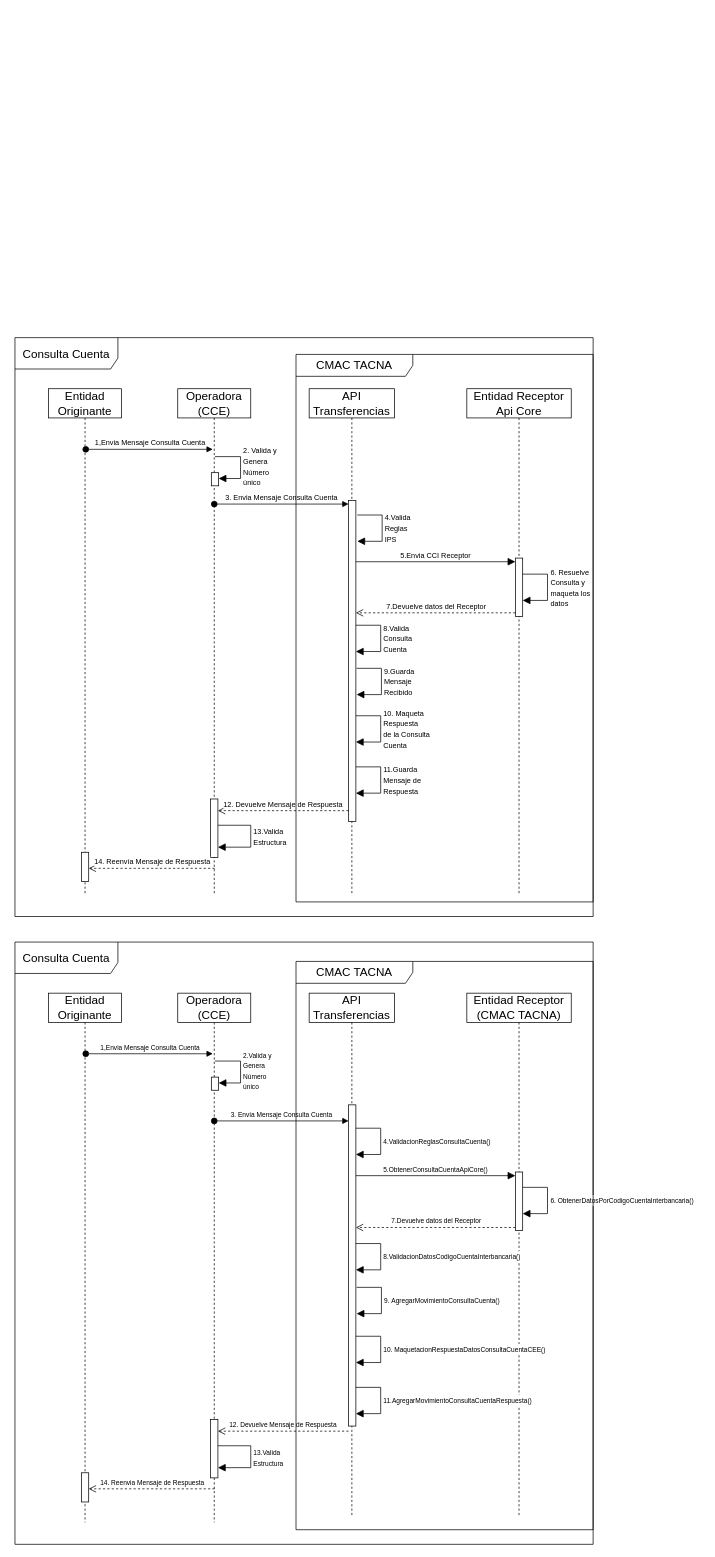
Richard-MJ/CMACT keeps this draw.io diagram as page "D. Secuencia Input" (4 of 7) of Diagramas.drawio. Above is the earlier version. Source tidied: cells renumbered, new cells numbered last; positions are measured from the earlier drawing's top-left corner, leaving out a move shared by most shapes. Both pictures are drawn from the tidied source at 73%, with x=0, y=0 at pixel (15, 337).
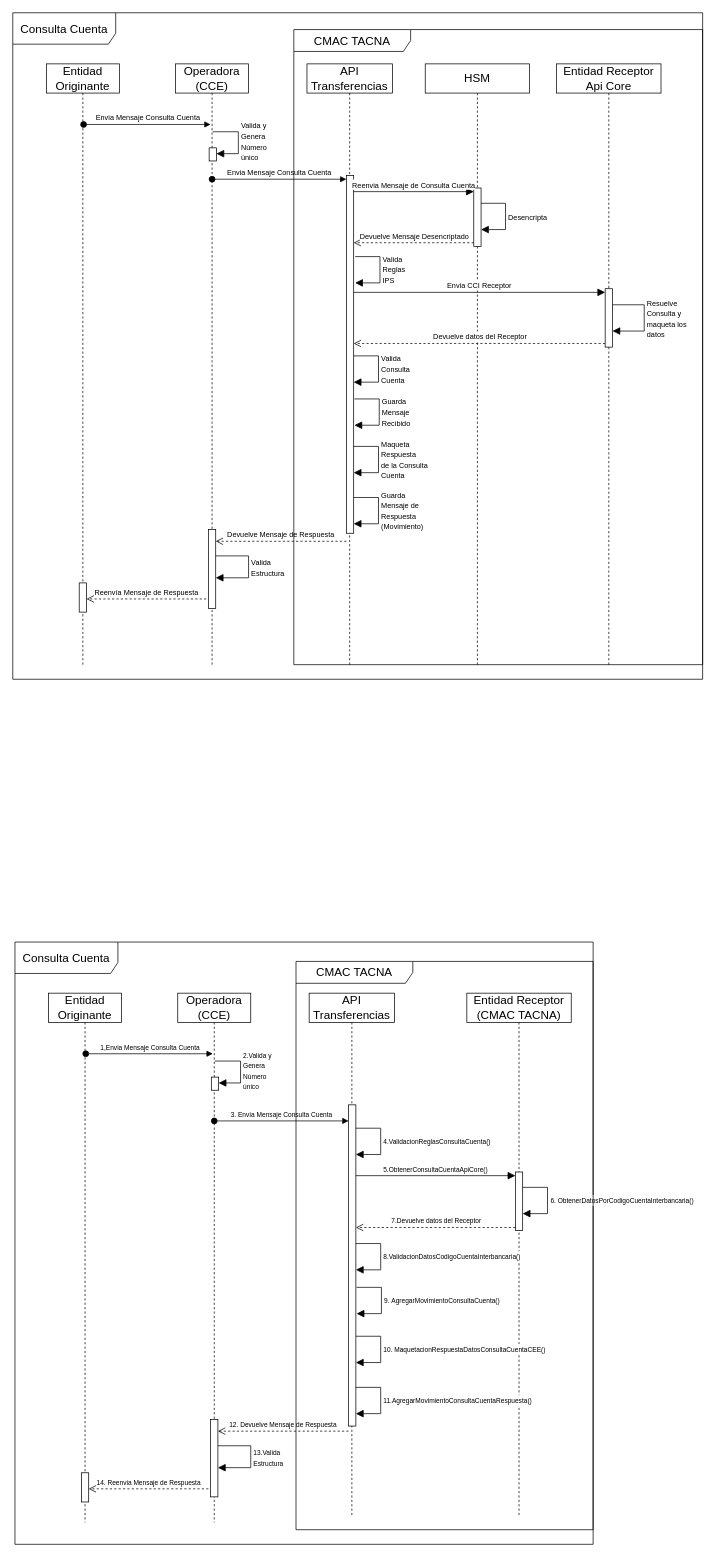
The same diagram, later.

Unchanged cells that the change refers to:
```xml
<mxCell id="24" value="Operadora (CCE)" style="shape=umlLifeline;perimeter=lifelinePerimeter;whiteSpace=wrap;html=1;newEdgeStyle={&quot;edgeStyle&quot;:&quot;elbowEdgeStyle&quot;,&quot;elbow&quot;:&quot;vertical&quot;,&quot;curved&quot;:0,&quot;rounded&quot;:0};fontSize=16;rounded=0;" parent="1" vertex="1">
  <mxGeometry x="223" y="898" width="100" height="725" as="geometry" />
</mxCell>
```

The edit, as a diff of the source:
```diff
@@
     <mxCell id="2" value="Operadora (CCE)" style="shape=umlLifeline;perimeter=lifelinePerimeter;whiteSpace=wrap;html=1;newEdgeStyle={&quot;edgeStyle&quot;:&quot;elbowEdgeStyle&quot;,&quot;elbow&quot;:&quot;vertical&quot;,&quot;curved&quot;:0,&quot;rounded&quot;:0};fontSize=16;rounded=0;" parent="1" vertex="1">
-      <mxGeometry x="223" y="70" width="100" height="693" as="geometry" />
+      <mxGeometry x="220" y="-375" width="100" height="823" as="geometry" />
     </mxCell>
     <mxCell id="3" style="html=1;points=[[0,0,0,0,5],[0,1,0,0,-5],[1,0,0,0,5],[1,1,0,0,-5]];perimeter=orthogonalPerimeter;outlineConnect=0;targetShapes=umlLifeline;portConstraint=eastwest;newEdgeStyle={&quot;curved&quot;:0,&quot;rounded&quot;:0};fontSize=16;" parent="2" vertex="1">
-      <mxGeometry x="45" y="562" width="10" height="80" as="geometry" />
+      <mxGeometry x="45" y="638" width="10" height="108" as="geometry" />
     </mxCell>
-    <mxCell id="4" value="&lt;font style=&quot;font-size: 10px;&quot;&gt;13.Valida&lt;br&gt;Estructura&lt;/font&gt;" style="html=1;align=left;spacingLeft=2;endArrow=block;rounded=0;edgeStyle=orthogonalEdgeStyle;curved=0;rounded=0;fontSize=12;startSize=8;endSize=8;" parent="2" edge="1" source="3" target="3">
+    <mxCell id="4" value="&lt;font style=&quot;font-size: 10px;&quot;&gt;Valida&lt;br&gt;Estructura&lt;/font&gt;" style="html=1;align=left;spacingLeft=2;endArrow=block;rounded=0;edgeStyle=orthogonalEdgeStyle;curved=0;rounded=0;fontSize=12;startSize=8;endSize=8;" parent="2" edge="1" source="3" target="3">
       <mxGeometry x="0.01" relative="1" as="geometry">
         <Array as="points">
-          <mxPoint x="100" y="598" />
-          <mxPoint x="100" y="628" />
+          <mxPoint x="100" y="674" />
+          <mxPoint x="100" y="704" />
         </Array>
       </mxGeometry>
     </mxCell>
     <mxCell id="5" value="API Transferencias" style="shape=umlLifeline;perimeter=lifelinePerimeter;whiteSpace=wrap;html=1;newEdgeStyle={&quot;edgeStyle&quot;:&quot;elbowEdgeStyle&quot;,&quot;elbow&quot;:&quot;vertical&quot;,&quot;curved&quot;:0,&quot;rounded&quot;:0};fontSize=16;rounded=0;" parent="1" vertex="1">
-      <mxGeometry x="403" y="70" width="117" height="693" as="geometry" />
+      <mxGeometry x="400" y="-375" width="117" height="823" as="geometry" />
     </mxCell>
     <mxCell id="6" value="Entidad Originante" style="shape=umlLifeline;perimeter=lifelinePerimeter;whiteSpace=wrap;html=1;newEdgeStyle={&quot;edgeStyle&quot;:&quot;elbowEdgeStyle&quot;,&quot;elbow&quot;:&quot;vertical&quot;,&quot;curved&quot;:0,&quot;rounded&quot;:0};fontSize=16;rounded=0;" parent="1" vertex="1">
-      <mxGeometry x="46" y="70" width="100" height="693" as="geometry" />
+      <mxGeometry x="43" y="-375" width="100" height="823" as="geometry" />
     </mxCell>
-    <mxCell id="7" value="Entidad Receptor&lt;br&gt;Api Core" style="shape=umlLifeline;perimeter=lifelinePerimeter;whiteSpace=wrap;html=1;newEdgeStyle={&quot;edgeStyle&quot;:&quot;elbowEdgeStyle&quot;,&quot;elbow&quot;:&quot;vertical&quot;,&quot;curved&quot;:0,&quot;rounded&quot;:0};fontSize=16;rounded=0;" parent="1" vertex="1">
-      <mxGeometry x="619" y="70" width="143" height="693" as="geometry" />
+    <mxCell id="7" value="HSM" style="shape=umlLifeline;perimeter=lifelinePerimeter;whiteSpace=wrap;html=1;newEdgeStyle={&quot;edgeStyle&quot;:&quot;elbowEdgeStyle&quot;,&quot;elbow&quot;:&quot;vertical&quot;,&quot;curved&quot;:0,&quot;rounded&quot;:0};fontSize=16;rounded=0;" parent="1" vertex="1">
+      <mxGeometry x="562" y="-375" width="143" height="823" as="geometry" />
     </mxCell>
     <mxCell id="8" value="Consulta Cuenta" style="shape=umlFrame;whiteSpace=wrap;html=1;fontSize=16;width=141;height=43;" parent="1" vertex="1">
-      <mxGeometry width="792" height="793" as="geometry" />
+      <mxGeometry x="-3" y="-445" width="945" height="913" as="geometry" />
     </mxCell>
-    <mxCell id="9" value="&lt;font style=&quot;font-size: 10px;&quot;&gt;1,Envia Mensaje Consulta Cuenta&lt;/font&gt;" style="html=1;verticalAlign=bottom;startArrow=oval;startFill=1;endArrow=block;startSize=8;curved=0;rounded=0;fontSize=12;" parent="1" edge="1">
+    <mxCell id="9" value="&lt;font style=&quot;font-size: 10px;&quot;&gt;Envia Mensaje Consulta Cuenta&lt;/font&gt;" style="html=1;verticalAlign=bottom;startArrow=oval;startFill=1;endArrow=block;startSize=8;curved=0;rounded=0;fontSize=12;" parent="1" edge="1">
       <mxGeometry x="0.01" relative="1" as="geometry">
-        <mxPoint x="97" y="153" as="sourcePoint" />
-        <mxPoint x="271" y="153" as="targetPoint" />
+        <mxPoint x="94" y="-292" as="sourcePoint" />
+        <mxPoint x="268" y="-292" as="targetPoint" />
       </mxGeometry>
     </mxCell>
     <mxCell id="10" style="html=1;points=[[0,0,0,0,5],[0,1,0,0,-5],[1,0,0,0,5],[1,1,0,0,-5]];perimeter=orthogonalPerimeter;outlineConnect=0;targetShapes=umlLifeline;portConstraint=eastwest;newEdgeStyle={&quot;curved&quot;:0,&quot;rounded&quot;:0};fontSize=16;" parent="1" vertex="1">
-      <mxGeometry x="269" y="185" width="10" height="18" as="geometry" />
+      <mxGeometry x="266" y="-260" width="10" height="18" as="geometry" />
     </mxCell>
-    <mxCell id="11" value="&lt;font style=&quot;font-size: 10px;&quot;&gt;2. Valida y&amp;nbsp;&lt;br&gt;Genera &lt;br&gt;Número &lt;br&gt;único&lt;/font&gt;" style="html=1;align=left;spacingLeft=2;endArrow=block;rounded=0;edgeStyle=orthogonalEdgeStyle;curved=0;rounded=0;fontSize=12;startSize=8;endSize=8;" parent="1" edge="1" target="10">
+    <mxCell id="11" value="&lt;font style=&quot;font-size: 10px;&quot;&gt;Valida y&amp;nbsp;&lt;br&gt;Genera &lt;br&gt;Número &lt;br&gt;único&lt;/font&gt;" style="html=1;align=left;spacingLeft=2;endArrow=block;rounded=0;edgeStyle=orthogonalEdgeStyle;curved=0;rounded=0;fontSize=12;startSize=8;endSize=8;" parent="1" edge="1" target="10">
       <mxGeometry x="0.01" relative="1" as="geometry">
-        <mxPoint x="274" y="163" as="sourcePoint" />
+        <mxPoint x="271" y="-282" as="sourcePoint" />
         <Array as="points">
-          <mxPoint x="309" y="193" />
+          <mxPoint x="306" y="-252" />
         </Array>
       </mxGeometry>
     </mxCell>
     <mxCell id="12" style="html=1;points=[[0,0,0,0,5],[0,1,0,0,-5],[1,0,0,0,5],[1,1,0,0,-5]];perimeter=orthogonalPerimeter;outlineConnect=0;targetShapes=umlLifeline;portConstraint=eastwest;newEdgeStyle={&quot;curved&quot;:0,&quot;rounded&quot;:0};fontSize=16;" parent="1" vertex="1">
-      <mxGeometry x="457" y="223" width="10" height="440" as="geometry" />
+      <mxGeometry x="454" y="-222" width="10" height="490" as="geometry" />
     </mxCell>
-    <mxCell id="13" value="&lt;font style=&quot;font-size: 10px;&quot;&gt;3. Envia Mensaje Consulta Cuenta&lt;/font&gt;" style="html=1;verticalAlign=bottom;startArrow=oval;endArrow=block;startSize=8;curved=0;rounded=0;entryX=0;entryY=0;entryDx=0;entryDy=5;fontSize=12;" parent="1" edge="1" target="12">
+    <mxCell id="13" value="&lt;font style=&quot;font-size: 10px;&quot;&gt;Envia Mensaje Consulta Cuenta&lt;/font&gt;" style="html=1;verticalAlign=bottom;startArrow=oval;endArrow=block;startSize=8;curved=0;rounded=0;entryX=0;entryY=0;entryDx=0;entryDy=5;fontSize=12;" parent="1" edge="1" target="12">
       <mxGeometry relative="1" as="geometry">
-        <mxPoint x="273" y="228" as="sourcePoint" />
+        <mxPoint x="270" y="-217" as="sourcePoint" />
       </mxGeometry>
     </mxCell>
-    <mxCell id="14" value="&lt;font style=&quot;font-size: 10px;&quot;&gt;8.Valida &lt;br&gt;Consulta&lt;br&gt;Cuenta&lt;/font&gt;" style="html=1;align=left;spacingLeft=2;endArrow=block;rounded=0;edgeStyle=orthogonalEdgeStyle;curved=0;rounded=0;fontSize=12;startSize=8;endSize=8;exitX=0.7;exitY=0.5;exitDx=0;exitDy=0;exitPerimeter=0;" parent="1" edge="1">
+    <mxCell id="14" value="&lt;font style=&quot;font-size: 10px;&quot;&gt;Valida &lt;br&gt;Consulta&lt;br&gt;Cuenta&lt;/font&gt;" style="html=1;align=left;spacingLeft=2;endArrow=block;rounded=0;edgeStyle=orthogonalEdgeStyle;curved=0;rounded=0;fontSize=12;startSize=8;endSize=8;exitX=0.7;exitY=0.5;exitDx=0;exitDy=0;exitPerimeter=0;" parent="1" edge="1">
       <mxGeometry relative="1" as="geometry">
-        <mxPoint x="467" y="394" as="sourcePoint" />
-        <mxPoint x="467" y="430" as="targetPoint" />
+        <mxPoint x="464" y="25" as="sourcePoint" />
+        <mxPoint x="464" y="61" as="targetPoint" />
         <Array as="points">
-          <mxPoint x="501" y="394" />
-          <mxPoint x="501" y="430" />
+          <mxPoint x="498" y="25" />
+          <mxPoint x="498" y="61" />
         </Array>
       </mxGeometry>
     </mxCell>
-    <mxCell id="15" style="html=1;points=[[0,0,0,0,5],[0,1,0,0,-5],[1,0,0,0,5],[1,1,0,0,-5]];perimeter=orthogonalPerimeter;outlineConnect=0;targetShapes=umlLifeline;portConstraint=eastwest;newEdgeStyle={&quot;curved&quot;:0,&quot;rounded&quot;:0};fontSize=16;" parent="1" vertex="1">
-      <mxGeometry x="685.5" y="302" width="10" height="80" as="geometry" />
-    </mxCell>
-    <mxCell id="16" value="&lt;font style=&quot;font-size: 10px;&quot;&gt;5.Envia CCI Receptor&lt;/font&gt;" style="html=1;verticalAlign=bottom;endArrow=block;curved=0;rounded=0;entryX=0;entryY=0;entryDx=0;entryDy=5;fontSize=12;startSize=8;endSize=8;" parent="1" edge="1" target="15">
+    <mxCell id="16" value="&lt;font style=&quot;font-size: 10px;&quot;&gt;Envia CCI Receptor&lt;/font&gt;" style="html=1;verticalAlign=bottom;endArrow=block;curved=0;rounded=0;entryX=0;entryY=0;entryDx=0;entryDy=5;fontSize=12;startSize=8;endSize=8;" parent="1" edge="1" target="15">
       <mxGeometry relative="1" as="geometry">
-        <mxPoint x="467" y="307" as="sourcePoint" />
+        <mxPoint x="464" y="-62" as="sourcePoint" />
       </mxGeometry>
     </mxCell>
-    <mxCell id="17" value="&lt;font style=&quot;font-size: 10px;&quot;&gt;7.Devuelve datos del Receptor&lt;/font&gt;" style="html=1;verticalAlign=bottom;endArrow=open;dashed=1;endSize=8;curved=0;rounded=0;exitX=0;exitY=1;exitDx=0;exitDy=-5;fontSize=12;" parent="1" edge="1" source="15">
+    <mxCell id="17" value="&lt;font style=&quot;font-size: 10px;&quot;&gt;Devuelve datos del Receptor&lt;/font&gt;" style="html=1;verticalAlign=bottom;endArrow=open;dashed=1;endSize=8;curved=0;rounded=0;exitX=0;exitY=1;exitDx=0;exitDy=-5;fontSize=12;" parent="1" edge="1" source="15">
       <mxGeometry relative="1" as="geometry">
-        <mxPoint x="467" y="377" as="targetPoint" />
+        <mxPoint x="464" y="8" as="targetPoint" />
       </mxGeometry>
     </mxCell>
-    <mxCell id="18" value="&lt;font style=&quot;font-size: 10px;&quot;&gt;10. Maqueta&amp;nbsp;&lt;br&gt;Respuesta&lt;br&gt;de la Consulta&lt;br&gt;Cuenta&lt;br&gt;&lt;/font&gt;" style="html=1;align=left;spacingLeft=2;endArrow=block;rounded=0;edgeStyle=orthogonalEdgeStyle;curved=0;rounded=0;fontSize=12;startSize=8;endSize=8;exitX=0.7;exitY=0.5;exitDx=0;exitDy=0;exitPerimeter=0;" parent="1" edge="1">
+    <mxCell id="18" value="&lt;font style=&quot;font-size: 10px;&quot;&gt;Maqueta&amp;nbsp;&lt;br&gt;Respuesta&lt;br&gt;de la Consulta&lt;br&gt;Cuenta&lt;br&gt;&lt;/font&gt;" style="html=1;align=left;spacingLeft=2;endArrow=block;rounded=0;edgeStyle=orthogonalEdgeStyle;curved=0;rounded=0;fontSize=12;startSize=8;endSize=8;exitX=0.7;exitY=0.5;exitDx=0;exitDy=0;exitPerimeter=0;" parent="1" edge="1">
       <mxGeometry relative="1" as="geometry">
-        <mxPoint x="467" y="518" as="sourcePoint" />
-        <mxPoint x="467" y="554" as="targetPoint" />
+        <mxPoint x="464" y="149" as="sourcePoint" />
+        <mxPoint x="464" y="185" as="targetPoint" />
         <Array as="points">
-          <mxPoint x="501" y="518" />
-          <mxPoint x="501" y="554" />
+          <mxPoint x="498" y="149" />
+          <mxPoint x="498" y="185" />
         </Array>
       </mxGeometry>
     </mxCell>
-    <mxCell id="19" value="&lt;font style=&quot;font-size: 10px;&quot;&gt;11.Guarda&lt;br&gt;Mensaje de&lt;br&gt;Respuesta&lt;br&gt;&lt;/font&gt;" style="html=1;align=left;spacingLeft=2;endArrow=block;rounded=0;edgeStyle=orthogonalEdgeStyle;curved=0;rounded=0;fontSize=12;startSize=8;endSize=8;exitX=0.7;exitY=0.5;exitDx=0;exitDy=0;exitPerimeter=0;" parent="1" edge="1">
+    <mxCell id="19" value="&lt;font style=&quot;font-size: 10px;&quot;&gt;Guarda&lt;br&gt;Mensaje de&lt;br&gt;Respuesta&lt;br&gt;(Movimiento)&lt;br&gt;&lt;/font&gt;" style="html=1;align=left;spacingLeft=2;endArrow=block;rounded=0;edgeStyle=orthogonalEdgeStyle;curved=0;rounded=0;fontSize=12;startSize=8;endSize=8;exitX=0.7;exitY=0.5;exitDx=0;exitDy=0;exitPerimeter=0;" parent="1" edge="1">
       <mxGeometry relative="1" as="geometry">
-        <mxPoint x="467" y="588" as="sourcePoint" />
-        <mxPoint x="467" y="624" as="targetPoint" />
+        <mxPoint x="464" y="219" as="sourcePoint" />
+        <mxPoint x="464" y="255" as="targetPoint" />
         <Array as="points">
-          <mxPoint x="501" y="588" />
-          <mxPoint x="501" y="624" />
+          <mxPoint x="498" y="219" />
+          <mxPoint x="498" y="255" />
         </Array>
       </mxGeometry>
     </mxCell>
-    <mxCell id="20" value="&lt;font style=&quot;font-size: 10px;&quot;&gt;9.Guarda&lt;br&gt;Mensaje&amp;nbsp;&lt;br&gt;Recibido&lt;br&gt;&lt;/font&gt;" style="html=1;align=left;spacingLeft=2;endArrow=block;rounded=0;edgeStyle=orthogonalEdgeStyle;curved=0;rounded=0;fontSize=12;startSize=8;endSize=8;exitX=0.7;exitY=0.5;exitDx=0;exitDy=0;exitPerimeter=0;" parent="1" edge="1">
+    <mxCell id="20" value="&lt;font style=&quot;font-size: 10px;&quot;&gt;Guarda&lt;br&gt;Mensaje&amp;nbsp;&lt;br&gt;Recibido&lt;br&gt;&lt;/font&gt;" style="html=1;align=left;spacingLeft=2;endArrow=block;rounded=0;edgeStyle=orthogonalEdgeStyle;curved=0;rounded=0;fontSize=12;startSize=8;endSize=8;exitX=0.7;exitY=0.5;exitDx=0;exitDy=0;exitPerimeter=0;" parent="1" edge="1">
       <mxGeometry relative="1" as="geometry">
-        <mxPoint x="468" y="453" as="sourcePoint" />
-        <mxPoint x="468" y="489" as="targetPoint" />
+        <mxPoint x="465" y="84" as="sourcePoint" />
+        <mxPoint x="465" y="120" as="targetPoint" />
         <Array as="points">
-          <mxPoint x="502" y="453" />
-          <mxPoint x="502" y="489" />
+          <mxPoint x="499" y="84" />
+          <mxPoint x="499" y="120" />
         </Array>
       </mxGeometry>
     </mxCell>
-    <mxCell id="21" value="&lt;span style=&quot;font-size: 10px;&quot;&gt;12. Devuelve Mensaje de Respuesta&lt;/span&gt;" style="html=1;verticalAlign=bottom;endArrow=open;dashed=1;endSize=8;curved=0;rounded=0;fontSize=12;" parent="1" edge="1" target="3">
+    <mxCell id="21" value="&lt;span style=&quot;font-size: 10px;&quot;&gt;Devuelve Mensaje de Respuesta&lt;/span&gt;" style="html=1;verticalAlign=bottom;endArrow=open;dashed=1;endSize=8;curved=0;rounded=0;fontSize=12;" parent="1" edge="1" target="3">
       <mxGeometry relative="1" as="geometry">
-        <mxPoint x="457" y="648" as="sourcePoint" />
+        <mxPoint x="454" y="279" as="sourcePoint" />
       </mxGeometry>
     </mxCell>
-    <mxCell id="22" value="&lt;span style=&quot;font-size: 10px;&quot;&gt;14. Reenvía&amp;nbsp;Mensaje de Respuesta&lt;/span&gt;" style="html=1;verticalAlign=bottom;endArrow=open;dashed=1;endSize=8;curved=0;rounded=0;fontSize=12;" parent="1" edge="1">
+    <mxCell id="22" value="&lt;span style=&quot;font-size: 10px;&quot;&gt;Reenvía&amp;nbsp;Mensaje de Respuesta&lt;/span&gt;" style="html=1;verticalAlign=bottom;endArrow=open;dashed=1;endSize=8;curved=0;rounded=0;fontSize=12;" parent="1" edge="1">
       <mxGeometry relative="1" as="geometry">
-        <mxPoint x="273.5" y="727" as="sourcePoint" />
-        <mxPoint x="101" y="727" as="targetPoint" />
+        <mxPoint x="262" y="358" as="sourcePoint" />
+        <mxPoint x="98" y="358" as="targetPoint" />
         <Array as="points">
-          <mxPoint x="185" y="727" />
+          <mxPoint x="182" y="358" />
         </Array>
       </mxGeometry>
     </mxCell>
     <mxCell id="23" style="html=1;perimeter=orthogonalPerimeter;targetShapes=umlLifeline;newEdgeStyle={&quot;curved&quot;:0,&quot;rounded&quot;:0};fontSize=16;" parent="1" vertex="1">
-      <mxGeometry x="91" y="705" width="10" height="40" as="geometry" />
+      <mxGeometry x="88" y="336" width="10" height="40" as="geometry" />
     </mxCell>
@@
     <mxCell id="25" style="html=1;points=[[0,0,0,0,5],[0,1,0,0,-5],[1,0,0,0,5],[1,1,0,0,-5]];perimeter=orthogonalPerimeter;outlineConnect=0;targetShapes=umlLifeline;portConstraint=eastwest;newEdgeStyle={&quot;curved&quot;:0,&quot;rounded&quot;:0};fontSize=16;" parent="24" vertex="1">
-      <mxGeometry x="45" y="584" width="10" height="80" as="geometry" />
+      <mxGeometry x="45" y="584" width="10" height="106" as="geometry" />
     </mxCell>
@@
     <mxCell id="44" value="&lt;font style=&quot;font-size: 9px;&quot;&gt;14. Reenvia Mensaje de Respuesta&lt;/font&gt;" style="html=1;verticalAlign=bottom;endArrow=open;dashed=1;endSize=8;curved=0;rounded=0;fontSize=12;" parent="1" edge="1">
       <mxGeometry relative="1" as="geometry">
-        <mxPoint x="273.5" y="1577" as="sourcePoint" />
+        <mxPoint x="265" y="1577" as="sourcePoint" />
         <mxPoint x="101" y="1577" as="targetPoint" />
         <Array as="points">
           <mxPoint x="185" y="1577" />
         </Array>
       </mxGeometry>
     </mxCell>
@@
-    <mxCell id="46" value="&lt;font style=&quot;font-size: 10px;&quot;&gt;6. Resuelve&lt;br&gt;Consulta y &lt;br&gt;maqueta los&lt;br&gt;datos&lt;br&gt;&lt;/font&gt;" style="html=1;align=left;spacingLeft=2;endArrow=block;rounded=0;edgeStyle=orthogonalEdgeStyle;curved=0;rounded=0;fontSize=12;startSize=8;endSize=8;exitX=0.7;exitY=0.5;exitDx=0;exitDy=0;exitPerimeter=0;" parent="1" edge="1">
-      <mxGeometry relative="1" as="geometry">
-        <mxPoint x="695.5" y="324" as="sourcePoint" />
-        <mxPoint x="695.5" y="360" as="targetPoint" />
-        <Array as="points">
-          <mxPoint x="729.5" y="324" />
-          <mxPoint x="729.5" y="360" />
-        </Array>
-      </mxGeometry>
-    </mxCell>
@@
     <mxCell id="48" value="CMAC TACNA" style="shape=umlFrame;whiteSpace=wrap;html=1;fontSize=16;width=160;height=30;" parent="1" vertex="1">
-      <mxGeometry x="385" y="23" width="407" height="750" as="geometry" />
+      <mxGeometry x="382" y="-422" width="560" height="870" as="geometry" />
     </mxCell>
@@
-    <mxCell id="50" value="&lt;font style=&quot;font-size: 10px;&quot;&gt;4.Valida &lt;br&gt;Reglas&lt;br&gt;IPS&lt;br&gt;&lt;/font&gt;" style="html=1;align=left;spacingLeft=2;endArrow=block;rounded=0;edgeStyle=orthogonalEdgeStyle;curved=0;rounded=0;fontSize=12;startSize=8;endSize=8;exitX=0.7;exitY=0.5;exitDx=0;exitDy=0;exitPerimeter=0;" parent="1" edge="1">
+    <mxCell id="50" value="&lt;font style=&quot;font-size: 10px;&quot;&gt;Valida &lt;br&gt;Reglas&lt;br&gt;IPS&lt;br&gt;&lt;/font&gt;" style="html=1;align=left;spacingLeft=2;endArrow=block;rounded=0;edgeStyle=orthogonalEdgeStyle;curved=0;rounded=0;fontSize=12;startSize=8;endSize=8;exitX=0.7;exitY=0.5;exitDx=0;exitDy=0;exitPerimeter=0;" parent="1" edge="1">
       <mxGeometry relative="1" as="geometry">
-        <mxPoint x="469" y="243" as="sourcePoint" />
-        <mxPoint x="469" y="279" as="targetPoint" />
+        <mxPoint x="466" y="-111" as="sourcePoint" />
+        <mxPoint x="466" y="-75" as="targetPoint" />
         <Array as="points">
-          <mxPoint x="503" y="243" />
-          <mxPoint x="503" y="279" />
+          <mxPoint x="500" y="-111" />
+          <mxPoint x="500" y="-75" />
         </Array>
       </mxGeometry>
     </mxCell>
@@
+    <mxCell id="52" value="Entidad Receptor&lt;br&gt;Api Core" style="shape=umlLifeline;perimeter=lifelinePerimeter;whiteSpace=wrap;html=1;newEdgeStyle={&quot;edgeStyle&quot;:&quot;elbowEdgeStyle&quot;,&quot;elbow&quot;:&quot;vertical&quot;,&quot;curved&quot;:0,&quot;rounded&quot;:0};fontSize=16;rounded=0;" parent="1" vertex="1">
+      <mxGeometry x="742" y="-375" width="143" height="823" as="geometry" />
+    </mxCell>
+    <mxCell id="15" style="html=1;points=[[0,0,0,0,5],[0,1,0,0,-5],[1,0,0,0,5],[1,1,0,0,-5]];perimeter=orthogonalPerimeter;outlineConnect=0;targetShapes=umlLifeline;portConstraint=eastwest;newEdgeStyle={&quot;curved&quot;:0,&quot;rounded&quot;:0};fontSize=16;" parent="52" vertex="1">
+      <mxGeometry x="66.5" y="308" width="10" height="80" as="geometry" />
+    </mxCell>
+    <mxCell id="46" value="&lt;font style=&quot;font-size: 10px;&quot;&gt;Resuelve&lt;br&gt;Consulta y &lt;br&gt;maqueta los&lt;br&gt;datos&lt;br&gt;&lt;/font&gt;" style="html=1;align=left;spacingLeft=2;endArrow=block;rounded=0;edgeStyle=orthogonalEdgeStyle;curved=0;rounded=0;fontSize=12;startSize=8;endSize=8;" parent="52" edge="1" source="15" target="15">
+      <mxGeometry relative="1" as="geometry">
+        <Array as="points">
+          <mxPoint x="120" y="330" />
+          <mxPoint x="120" y="366" />
+        </Array>
+      </mxGeometry>
+    </mxCell>
+    <mxCell id="53" style="html=1;points=[[0,0,0,0,5],[0,1,0,0,-5],[1,0,0,0,5],[1,1,0,0,-5]];perimeter=orthogonalPerimeter;outlineConnect=0;targetShapes=umlLifeline;portConstraint=eastwest;newEdgeStyle={&quot;curved&quot;:0,&quot;rounded&quot;:0};fontSize=16;" parent="1" vertex="1">
+      <mxGeometry x="628.5" y="-205" width="10" height="80" as="geometry" />
+    </mxCell>
+    <mxCell id="54" value="&lt;font style=&quot;font-size: 10px;&quot;&gt;Reenvia Mensaje de Consulta Cuenta&lt;/font&gt;" style="html=1;verticalAlign=bottom;endArrow=block;curved=0;rounded=0;entryX=0;entryY=0;entryDx=0;entryDy=5;fontSize=12;startSize=8;endSize=8;" parent="1" edge="1" source="12" target="53">
+      <mxGeometry relative="1" as="geometry" />
+    </mxCell>
+    <mxCell id="55" value="&lt;font style=&quot;font-size: 10px;&quot;&gt;Devuelve Mensaje Desencriptado&lt;/font&gt;" style="html=1;verticalAlign=bottom;endArrow=open;dashed=1;endSize=8;curved=0;rounded=0;exitX=0;exitY=1;exitDx=0;exitDy=-5;fontSize=12;" parent="1" edge="1" source="53" target="12">
+      <mxGeometry relative="1" as="geometry" />
+    </mxCell>
+    <mxCell id="56" value="&lt;font style=&quot;font-size: 10px;&quot;&gt;Desencripta&lt;br&gt;&lt;/font&gt;" style="html=1;align=left;spacingLeft=2;endArrow=block;rounded=0;edgeStyle=orthogonalEdgeStyle;curved=0;rounded=0;fontSize=12;startSize=8;endSize=8;" parent="1" edge="1" source="53" target="53">
+      <mxGeometry relative="1" as="geometry">
+        <Array as="points">
+          <mxPoint x="672" y="-184" />
+          <mxPoint x="672" y="-148" />
+        </Array>
+      </mxGeometry>
+    </mxCell>
```
